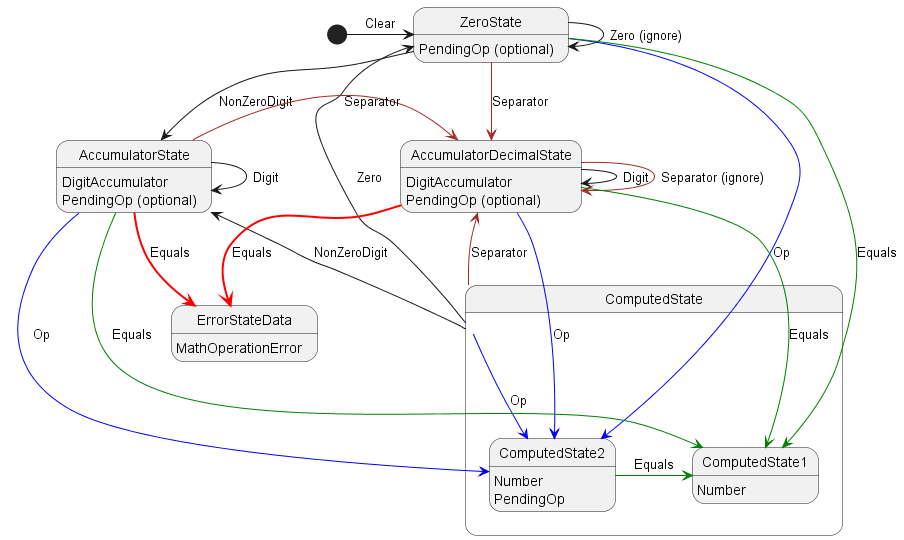
Above: test.png in susumu2357/CalculatorWalkthrough (PlantUML), before the change. The source it was exported from:
```plantuml
@startuml test

ZeroState: PendingOp (optional)
AccumulatorState: DigitAccumulator\nPendingOp (optional)
AccumulatorDecimalState: DigitAccumulator\nPendingOp (optional)
state ComputedState {
    state ComputedState1
    ComputedState1: Number
    state ComputedState2
    ComputedState2 : Number\nPendingOp
}
ErrorStateData: MathOperationError

ZeroState -> ZeroState : Zero (ignore)
ComputedState -up-> ZeroState : Zero

ZeroState --> AccumulatorState : NonZeroDigit
AccumulatorState -> AccumulatorState : Digit
AccumulatorDecimalState -> AccumulatorDecimalState : Digit
ComputedState -up-> AccumulatorState : NonZeroDigit

ZeroState -[#Brown]> AccumulatorDecimalState : Separator
AccumulatorState -[#Brown]> AccumulatorDecimalState : Separator
AccumulatorDecimalState -[#Brown]> AccumulatorDecimalState : Separator (ignore)
ComputedState -up[#Brown]-> AccumulatorDecimalState : Separator

ZeroState -[#Blue]-> ComputedState2 : Op
AccumulatorState -[#Blue]-> ComputedState2 : Op
AccumulatorDecimalState -[#Blue]-> ComputedState2 : Op
ComputedState -[#Blue]-> ComputedState2 : Op

ZeroState -[#Green]-> ComputedState1 : Equals
AccumulatorState -[#Green]-> ComputedState1 : Equals
AccumulatorState -[#Red,bold]-> ErrorStateData : Equals
AccumulatorDecimalState -[#Green]-> ComputedState1 : Equals
AccumulatorDecimalState -[#Red,bold]-> ErrorStateData : Equals
ComputedState2 -right[#Green]-> ComputedState1 : Equals

[*] -> ZeroState : Clear

@enduml
```
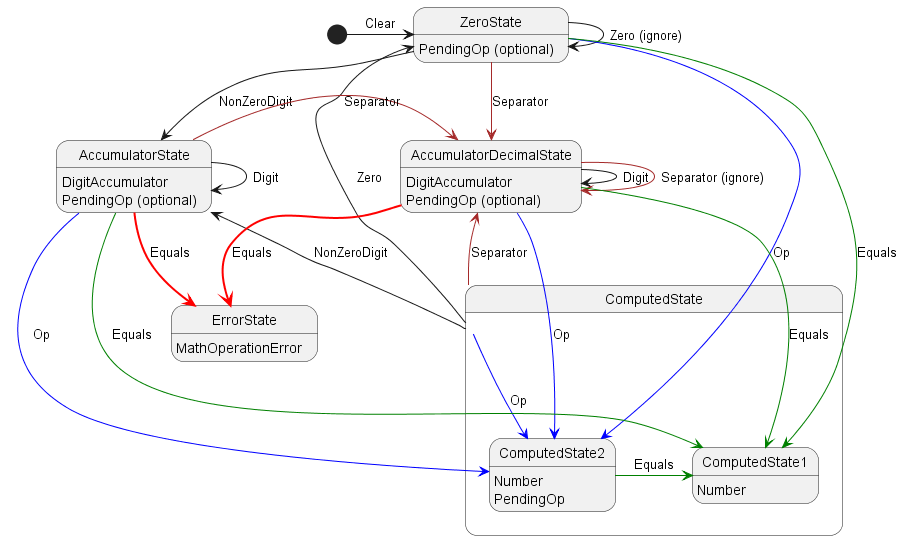
After the change.

What changed in the source:
```diff
@@ -9,7 +9,7 @@
     state ComputedState2
     ComputedState2 : Number\nPendingOp
 }
-ErrorStateData: MathOperationError
+ErrorState: MathOperationError
 
 ZeroState -> ZeroState : Zero (ignore)
 ComputedState -up-> ZeroState : Zero
@@ -31,9 +31,9 @@
 
 ZeroState -[#Green]-> ComputedState1 : Equals
 AccumulatorState -[#Green]-> ComputedState1 : Equals
-AccumulatorState -[#Red,bold]-> ErrorStateData : Equals
+AccumulatorState -[#Red,bold]-> ErrorState : Equals
 AccumulatorDecimalState -[#Green]-> ComputedState1 : Equals
-AccumulatorDecimalState -[#Red,bold]-> ErrorStateData : Equals
+AccumulatorDecimalState -[#Red,bold]-> ErrorState : Equals
 ComputedState2 -right[#Green]-> ComputedState1 : Equals
 
 [*] -> ZeroState : Clear
```
